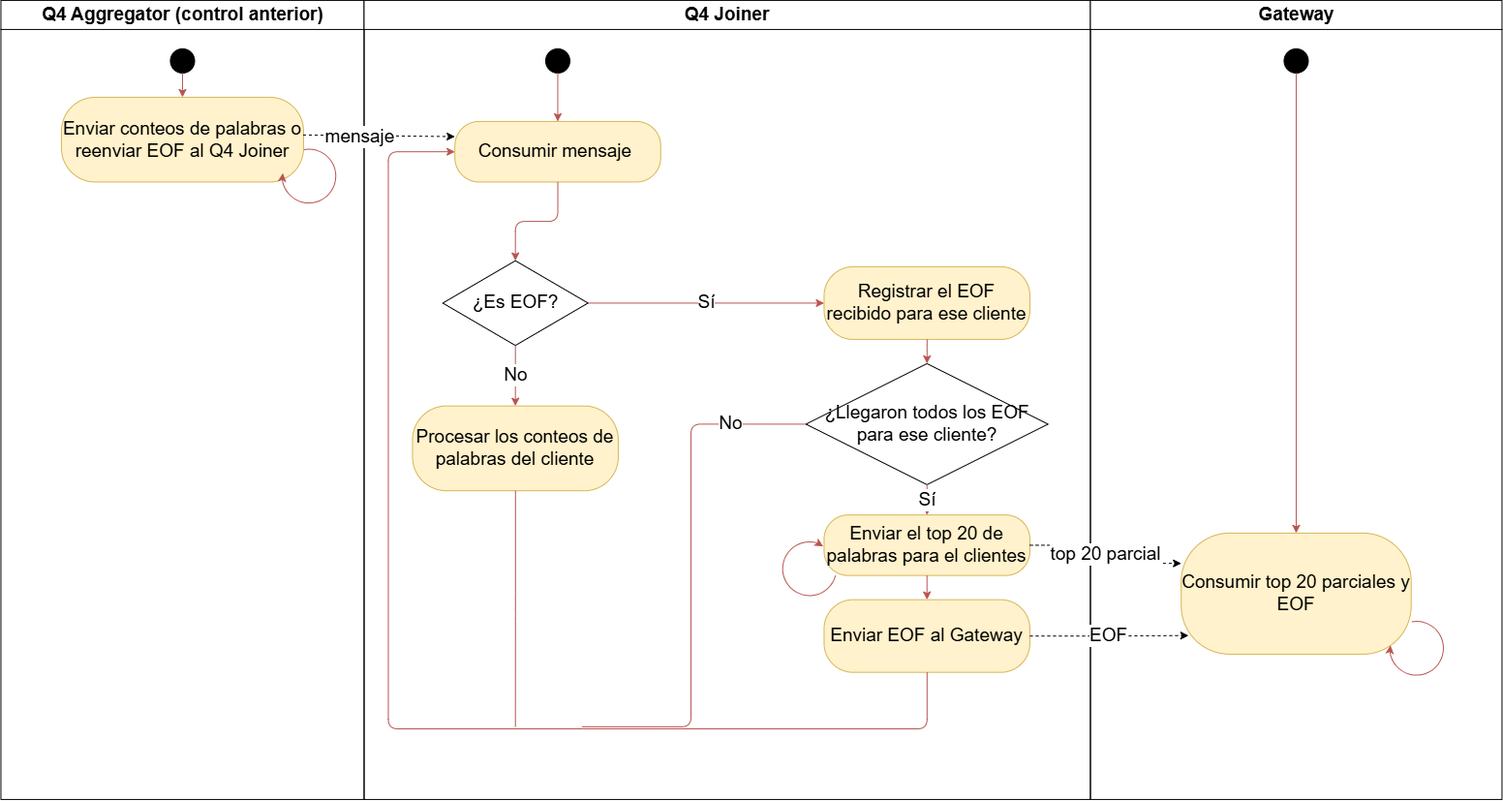
Above: diseño/diagramas/actividades.png in LuccaMarino/tp-grupal_Distribuidos (draw.io), before the change. Source tidied: cells renumbered, new cells last; positions are measured from the earlier drawing's top-left corner, leaving out a move shared by most shapes.
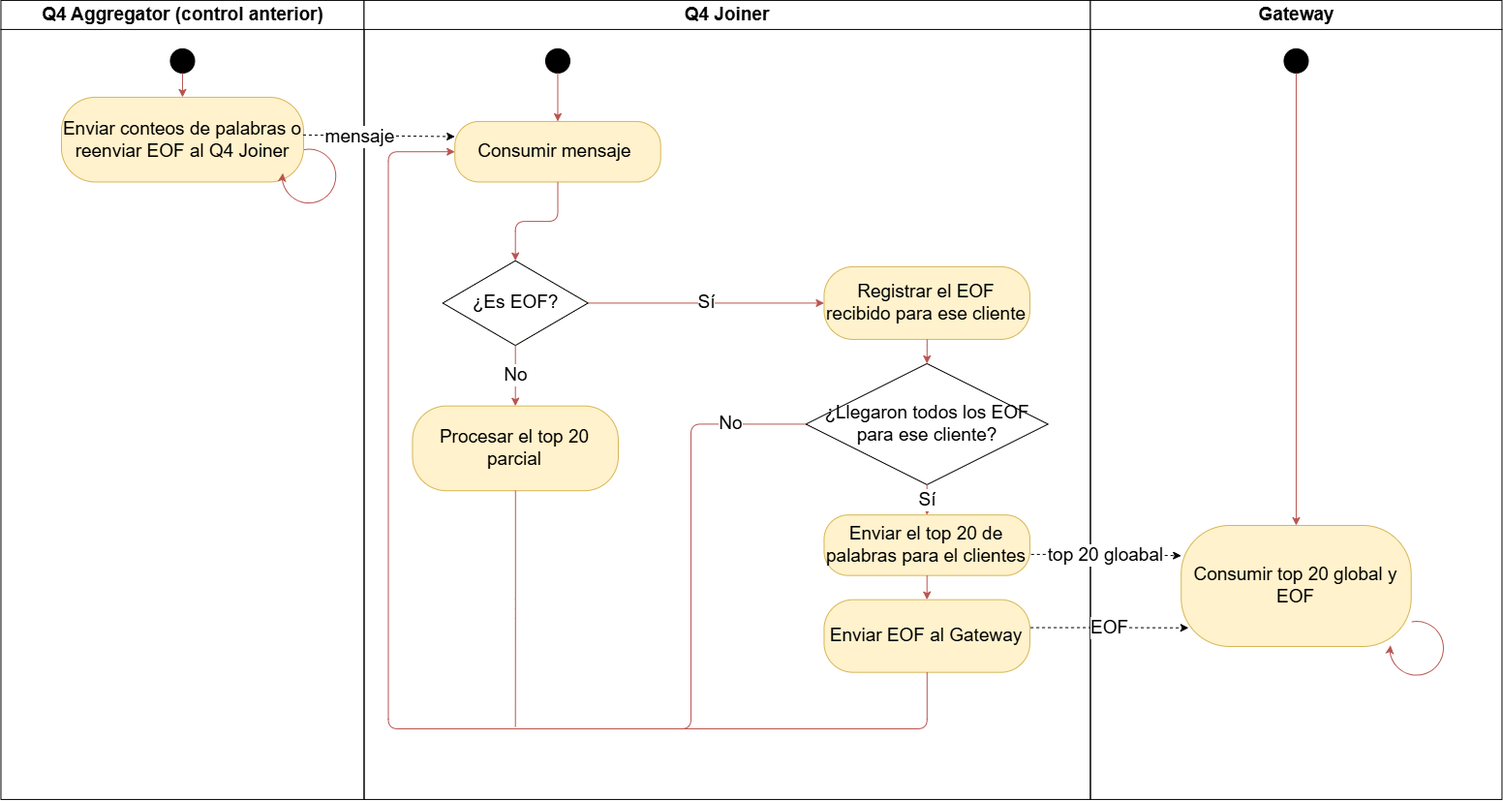
After the change.

Change to the diagram source:
```diff
@@ -23,9 +23,9 @@
     <mxCell id="8" value="¿Es EOF?" style="rhombus;whiteSpace=wrap;html=1;fillColor=#ffffff;fontSize=19;" parent="6" vertex="1">
       <mxGeometry x="81.2" y="268.8" width="150" height="87.5" as="geometry" />
     </mxCell>
-    <mxCell id="9" value="Procesar los conteos de palabras del cliente" style="rounded=1;arcSize=40;whiteSpace=wrap;html=1;fillColor=#fff2cc;strokeColor=#d6b656;fontSize=19;" parent="6" vertex="1">
-      <mxGeometry x="50" y="418.8" width="212.5" height="87.5" as="geometry" />
-    </mxCell>
+    <mxCell id="36" value="Procesar el top 20 parcial" style="rounded=1;arcSize=40;whiteSpace=wrap;html=1;fillColor=#fff2cc;strokeColor=#d6b656;fontSize=19;" parent="6" vertex="1">
+      <mxGeometry x="50" y="418.8" width="212.5" height="87.5" as="geometry" />
+    </mxCell>
     <mxCell id="10" value="Registrar el EOF recibido para ese cliente" style="rounded=1;arcSize=40;whiteSpace=wrap;html=1;fillColor=#fff2cc;strokeColor=#d6b656;fontSize=19;" parent="6" vertex="1">
       <mxGeometry x="475" y="275" width="212.5" height="75" as="geometry" />
     </mxCell>
@@ -44,30 +44,27 @@
     <mxCell id="15" style="edgeStyle=orthogonalEdgeStyle;html=1;endArrow=classic;strokeColor=#b85450;exitX=0.5;exitY=1;exitDx=0;exitDy=0;entryX=0.5;entryY=0;entryDx=0;entryDy=0;" parent="6" edge="1" source="14" target="7">
       <mxGeometry x="0.68" relative="1" as="geometry" />
     </mxCell>
-    <mxCell id="16" style="edgeStyle=orthogonalEdgeStyle;html=1;endArrow=classic;strokeColor=#b85450;entryX=0;entryY=0.5;entryDx=0;entryDy=0;" parent="6" edge="1" target="7">
-      <mxGeometry x="0.07" relative="1" as="geometry">
-        <mxPoint x="568.5" y="752.1" as="sourcePoint" />
-        <Array as="points">
-          <mxPoint x="25" y="752.1" />
-          <mxPoint x="25" y="156.3" />
-        </Array>
-      </mxGeometry>
-    </mxCell>
-    <mxCell id="17" style="shape=mxgraph.basic.arc;html=1;startAngle=0.3;endAngle=0.1;endArrow=classic;endFill=1;rotation=-5;strokeColor=#b85450;" parent="6" vertex="1">
-      <mxGeometry x="428.5" y="556.3" width="62.5" height="62.5" as="geometry" />
-    </mxCell>
+    <mxCell id="37" style="edgeStyle=orthogonalEdgeStyle;html=1;endArrow=classic;strokeColor=#b85450;entryX=0;entryY=0.5;entryDx=0;entryDy=0;" parent="6" edge="1" target="7">
+      <mxGeometry x="0.07" relative="1" as="geometry">
+        <mxPoint x="568.5" y="752.1" as="sourcePoint" />
+        <Array as="points">
+          <mxPoint x="25" y="752.1" />
+          <mxPoint x="25" y="156.3" />
+        </Array>
+      </mxGeometry>
+    </mxCell>
     <mxCell id="18" value="Gateway" style="swimlane;html=1;startSize=30;fontStyle=1;fontSize=19;" parent="1" vertex="1">
       <mxGeometry x="1125.5" y="-0.1" width="425" height="825" as="geometry" />
     </mxCell>
-    <mxCell id="19" value="Consumir top 20 parciales y EOF" style="rounded=1;arcSize=40;whiteSpace=wrap;html=1;fillColor=#fff2cc;strokeColor=#d6b656;fontSize=19;" parent="18" vertex="1">
-      <mxGeometry x="93.8" y="550" width="237.5" height="125" as="geometry" />
-    </mxCell>
+    <mxCell id="38" value="Consumir top 20 global y EOF" style="rounded=1;arcSize=40;whiteSpace=wrap;html=1;fillColor=#fff2cc;strokeColor=#d6b656;fontSize=19;" parent="18" vertex="1">
+      <mxGeometry x="93.8" y="542.1" width="237.5" height="125" as="geometry" />
+    </mxCell>
     <mxCell id="20" style="ellipse;fillColor=#000000;strokeColor=#000000;html=1;" parent="18" vertex="1">
       <mxGeometry x="200" y="50" width="25" height="25" as="geometry" />
     </mxCell>
-    <mxCell id="21" style="edgeStyle=orthogonalEdgeStyle;html=1;endArrow=classic;strokeColor=#b85450;exitX=0.5;exitY=1;exitDx=0;exitDy=0;entryX=0.5;entryY=0;entryDx=0;entryDy=0;" parent="18" edge="1" source="20" target="19">
-      <mxGeometry x="0.58" relative="1" as="geometry" />
-    </mxCell>
+    <mxCell id="39" style="edgeStyle=orthogonalEdgeStyle;html=1;endArrow=classic;strokeColor=#b85450;exitX=0.5;exitY=1;exitDx=0;exitDy=0;entryX=0.5;entryY=0;entryDx=0;entryDy=0;" parent="18" edge="1" source="20" target="38">
+      <mxGeometry x="0.58" relative="1" as="geometry" />
+    </mxCell>
     <mxCell id="22" style="shape=mxgraph.basic.arc;html=1;startAngle=0.3;endAngle=0.1;endArrow=classic;endFill=1;rotation=-120;strokeColor=#b85450;" parent="18" vertex="1">
       <mxGeometry x="306.2" y="637.5" width="62.5" height="62.5" as="geometry" />
     </mxCell>
@@ -77,7 +74,7 @@
     <mxCell id="24" style="edgeStyle=orthogonalEdgeStyle;html=1;endArrow=classic;strokeColor=#b85450;" parent="1" edge="1" source="7" target="8">
       <mxGeometry relative="1" as="geometry" />
     </mxCell>
-    <mxCell id="25" value="No" style="edgeStyle=orthogonalEdgeStyle;html=1;endArrow=classic;strokeColor=#b85450;exitX=0.5;exitY=1;entryX=0.5;entryY=0;fontSize=19;" parent="1" edge="1" source="8" target="9">
+    <mxCell id="25" value="No" style="edgeStyle=orthogonalEdgeStyle;html=1;endArrow=classic;strokeColor=#b85450;exitX=0.5;exitY=1;entryX=0.5;entryY=0;fontSize=19;" parent="1" edge="1" source="8" target="36">
       <mxGeometry relative="1" as="geometry" />
     </mxCell>
     <mxCell id="26" value="Sí" style="edgeStyle=orthogonalEdgeStyle;html=1;endArrow=classic;strokeColor=#b85450;exitX=1;exitY=0.5;entryX=0;entryY=0.5;fontSize=19;" parent="1" edge="1" source="8" target="10">
@@ -90,30 +87,31 @@
       <mxGeometry relative="1" as="geometry" />
     </mxCell>
     <mxCell id="29" value="No" style="edgeStyle=orthogonalEdgeStyle;html=1;endArrow=none;strokeColor=#b85450;exitX=0;exitY=0.5;startArrow=none;startFill=0;endFill=0;fontSize=19;" parent="1" edge="1" source="11">
-      <mxGeometry x="-0.71" relative="1" as="geometry">
-        <mxPoint x="600.5" y="749.9" as="targetPoint" />
+      <mxGeometry x="-0.72" relative="1" as="geometry">
+        <mxPoint x="604" y="752" as="targetPoint" />
         <Array as="points">
           <mxPoint x="713" y="437.4" />
-          <mxPoint x="713" y="749.9" />
+          <mxPoint x="713" y="752" />
+          <mxPoint x="600.5" y="752" />
         </Array>
       </mxGeometry>
     </mxCell>
     <mxCell id="30" style="edgeStyle=orthogonalEdgeStyle;html=1;endArrow=classic;strokeColor=#b85450;" parent="1" edge="1" source="12" target="13">
       <mxGeometry relative="1" as="geometry" />
     </mxCell>
-    <mxCell id="31" style="edgeStyle=orthogonalEdgeStyle;html=1;endArrow=none;strokeColor=#b85450;endFill=0;" parent="1" edge="1" source="13">
-      <mxGeometry x="-0.74" relative="1" as="geometry">
-        <mxPoint x="914" y="752" as="targetPoint" />
-        <Array as="points">
-          <mxPoint x="956.8" y="752" />
-        </Array>
-      </mxGeometry>
-    </mxCell>
-    <mxCell id="32" style="edgeStyle=orthogonalEdgeStyle;html=1;endArrow=none;strokeColor=#b85450;endFill=0;" parent="1" edge="1" source="9">
-      <mxGeometry relative="1" as="geometry">
-        <mxPoint x="531.7" y="749.9" as="targetPoint" />
-      </mxGeometry>
-    </mxCell>
+    <mxCell id="40" style="edgeStyle=orthogonalEdgeStyle;html=1;endArrow=none;strokeColor=#b85450;endFill=0;" parent="1" edge="1" source="13">
+      <mxGeometry x="-0.74" relative="1" as="geometry">
+        <mxPoint x="914" y="752" as="targetPoint" />
+        <Array as="points">
+          <mxPoint x="956.8" y="752" />
+        </Array>
+      </mxGeometry>
+    </mxCell>
+    <mxCell id="41" style="edgeStyle=orthogonalEdgeStyle;html=1;endArrow=none;strokeColor=#b85450;endFill=0;" parent="1" edge="1" source="36">
+      <mxGeometry relative="1" as="geometry">
+        <mxPoint x="531.7" y="749.9" as="targetPoint" />
+      </mxGeometry>
+    </mxCell>
     <mxCell id="33" value="mensaje" style="edgeStyle=orthogonalEdgeStyle;html=1;endArrow=classic;dashed=1;exitX=0.998;exitY=0.445;entryX=0;entryY=0.25;entryDx=0;entryDy=0;exitDx=0;exitDy=0;exitPerimeter=0;fontSize=19;" parent="1" edge="1" source="4" target="7">
       <mxGeometry x="-0.24" relative="1" as="geometry">
         <Array as="points">
@@ -122,10 +120,10 @@
         </Array>
       </mxGeometry>
     </mxCell>
-    <mxCell id="34" value="top 20 parcial" style="edgeStyle=orthogonalEdgeStyle;html=1;endArrow=classic;dashed=1;exitX=1;exitY=0.5;entryX=0;entryY=0.25;fontSize=19;" parent="1" edge="1" source="12" target="19">
-      <mxGeometry relative="1" as="geometry" />
-    </mxCell>
+    <mxCell id="42" value="top 20 gloabal" style="edgeStyle=orthogonalEdgeStyle;html=1;endArrow=classic;dashed=1;exitX=1.006;exitY=0.652;entryX=0;entryY=0.25;fontSize=19;exitDx=0;exitDy=0;exitPerimeter=0;" parent="1" edge="1" source="12" target="38">
+      <mxGeometry relative="1" as="geometry" />
+    </mxCell>
-    <mxCell id="35" value="EOF" style="edgeStyle=orthogonalEdgeStyle;html=1;endArrow=classic;dashed=1;exitX=1;exitY=0.5;entryX=0.032;entryY=0.846;entryDx=0;entryDy=0;entryPerimeter=0;fontSize=19;" parent="1" edge="1" source="13" target="19">
+    <mxCell id="35" value="EOF" style="edgeStyle=orthogonalEdgeStyle;html=1;endArrow=classic;dashed=1;exitX=1.003;exitY=0.385;entryX=0.032;entryY=0.846;entryDx=0;entryDy=0;entryPerimeter=0;fontSize=19;exitDx=0;exitDy=0;exitPerimeter=0;" parent="1" edge="1" source="13" target="38">
       <mxGeometry relative="1" as="geometry" />
     </mxCell>
   </root>
```
